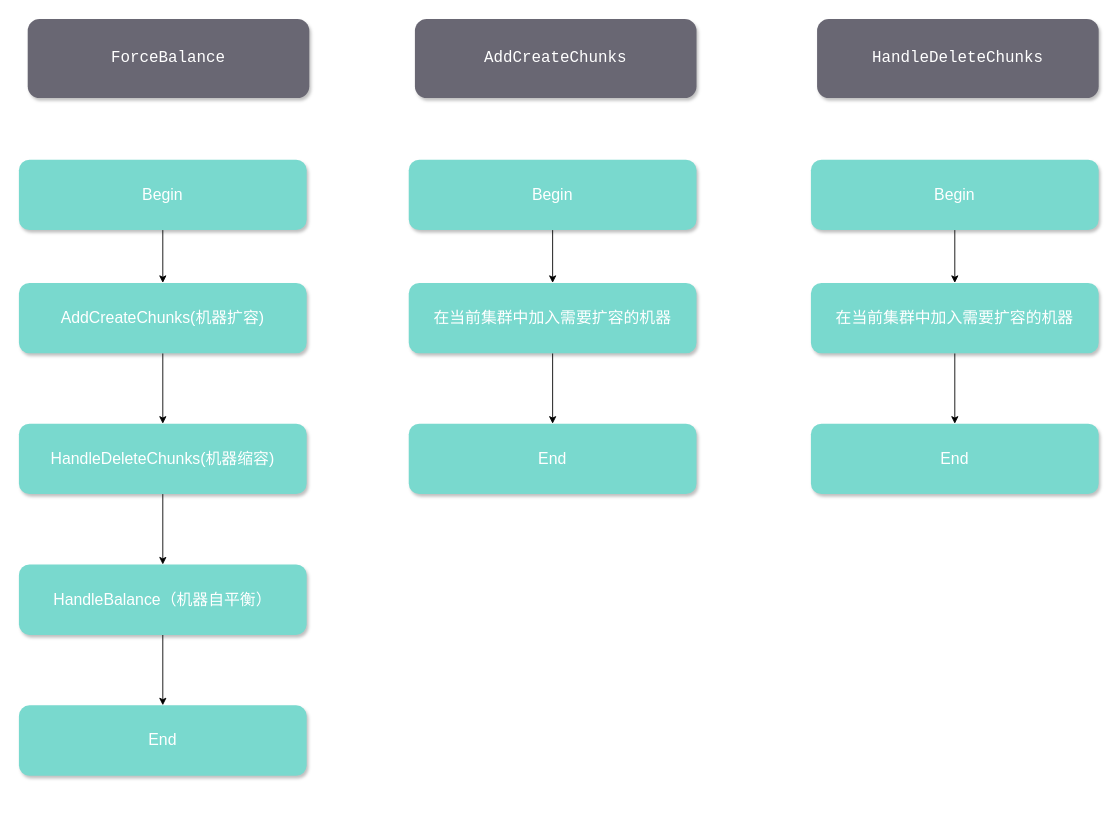
xunsongzhu/lbs-testcase keeps this draw.io diagram as page "balance算法架构" (1 of 8) of Untitled Diagram.drawio. Above is the earlier version. Source tidied: cells renumbered, new cells numbered last; positions are measured from the earlier drawing's top-left corner, leaving out a move shared by most shapes. Both pictures are drawn from the tidied source at 88%, with x=0, y=0 at pixel (18, 18).
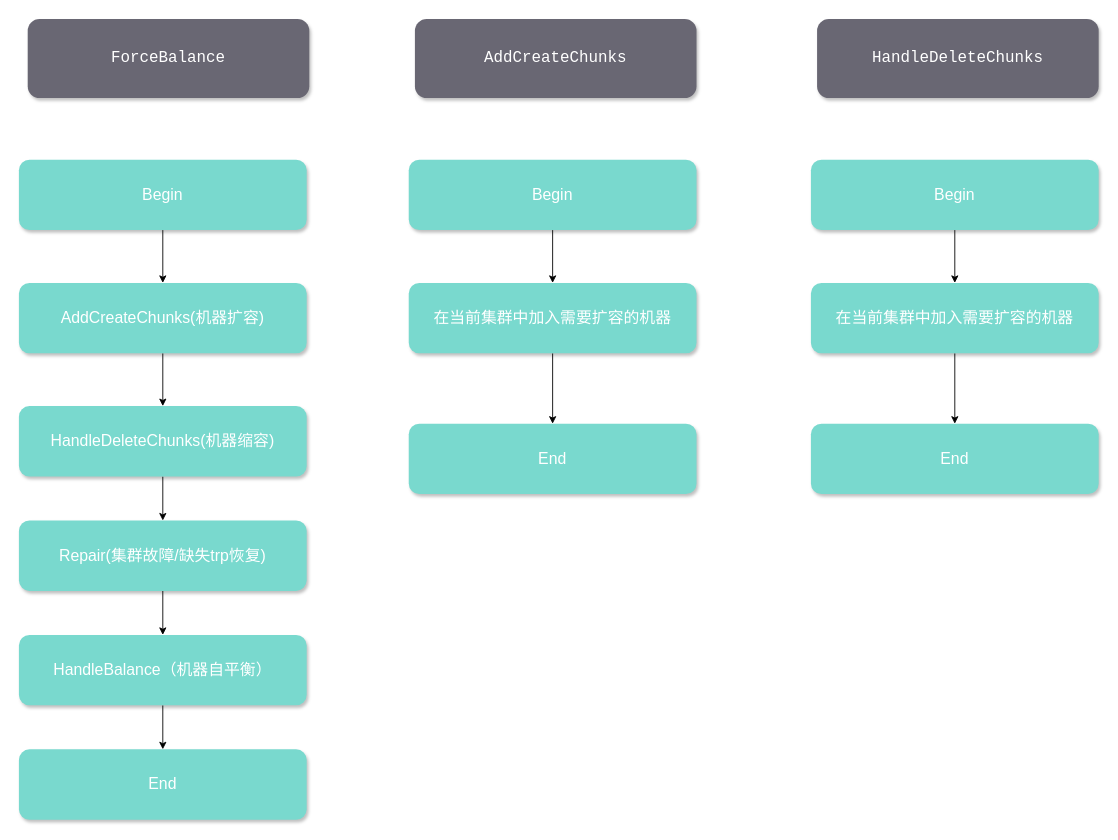
The same page after the edit.

The edit, as a diff of the source:
```diff
@@
-    <mxCell id="4" style="edgeStyle=orthogonalEdgeStyle;rounded=0;jettySize=auto;html=1;fontColor=#FFFFFF;" parent="1" edge="1" source="5" target="7">
-      <mxGeometry relative="1" as="geometry" />
-    </mxCell>
+    <mxCell id="24" style="edgeStyle=orthogonalEdgeStyle;rounded=0;jettySize=auto;html=1;" parent="1" edge="1" source="5" target="26">
+      <mxGeometry relative="1" as="geometry" />
+    </mxCell>
     <mxCell id="5" value="&lt;font style=&quot;font-size: 18px&quot;&gt;HandleDeleteChunks(机器缩容)&lt;/font&gt;" style="rounded=1;whiteSpace=wrap;html=1;fillColor=#79d9ce;strokeColor=none;shadow=1;glass=0;comic=0;gradientColor=none;fontColor=#FFFFFF;" parent="1" vertex="1">
-      <mxGeometry y="460" width="327" height="80" as="geometry" />
+      <mxGeometry y="440" width="327" height="80" as="geometry" />
     </mxCell>
-    <mxCell id="6" style="edgeStyle=orthogonalEdgeStyle;rounded=0;jettySize=auto;html=1;fontSize=18;fontColor=#FFFFFF;" parent="1" edge="1" source="7" target="10">
-      <mxGeometry relative="1" as="geometry" />
-    </mxCell>
-    <mxCell id="7" value="&lt;font color=&quot;#ffffff&quot; style=&quot;font-size: 18px&quot;&gt;HandleBalance（机器自平衡）&lt;/font&gt;" style="rounded=1;whiteSpace=wrap;html=1;fillColor=#79d9ce;strokeColor=none;shadow=1;glass=0;comic=0;gradientColor=none;" parent="1" vertex="1">
-      <mxGeometry y="620" width="327" height="80" as="geometry" />
-    </mxCell>
@@
-    <mxCell id="10" value="&lt;font color=&quot;#ffffff&quot; style=&quot;font-size: 18px&quot;&gt;End&lt;/font&gt;" style="rounded=1;whiteSpace=wrap;html=1;fillColor=#79d9ce;strokeColor=none;shadow=1;glass=0;comic=0;gradientColor=none;" parent="1" vertex="1">
-      <mxGeometry y="780" width="327" height="80" as="geometry" />
-    </mxCell>
@@
+    <mxCell id="25" style="edgeStyle=orthogonalEdgeStyle;rounded=0;jettySize=auto;html=1;" parent="1" edge="1" source="26" target="7">
+      <mxGeometry relative="1" as="geometry" />
+    </mxCell>
+    <mxCell id="26" value="&lt;font style=&quot;font-size: 18px&quot;&gt;Repair(集群故障/缺失trp恢复)&lt;/font&gt;" style="rounded=1;whiteSpace=wrap;html=1;fillColor=#79d9ce;strokeColor=none;shadow=1;glass=0;comic=0;gradientColor=none;fontColor=#FFFFFF;" parent="1" vertex="1">
+      <mxGeometry y="570" width="327" height="80" as="geometry" />
+    </mxCell>
+    <mxCell id="6" style="edgeStyle=orthogonalEdgeStyle;rounded=0;jettySize=auto;html=1;" parent="1" edge="1" source="7" target="10">
+      <mxGeometry relative="1" as="geometry" />
+    </mxCell>
+    <mxCell id="7" value="&lt;span style=&quot;font-size: 18px&quot;&gt;HandleBalance（机器自平衡）&lt;/span&gt;" style="rounded=1;whiteSpace=wrap;html=1;fillColor=#79d9ce;strokeColor=none;shadow=1;glass=0;comic=0;gradientColor=none;fontColor=#FFFFFF;" parent="1" vertex="1">
+      <mxGeometry y="700" width="327" height="80" as="geometry" />
+    </mxCell>
+    <mxCell id="10" value="&lt;span style=&quot;font-size: 18px&quot;&gt;End&lt;/span&gt;" style="rounded=1;whiteSpace=wrap;html=1;fillColor=#79d9ce;strokeColor=none;shadow=1;glass=0;comic=0;gradientColor=none;fontColor=#FFFFFF;" parent="1" vertex="1">
+      <mxGeometry y="830" width="327" height="80" as="geometry" />
+    </mxCell>
```
